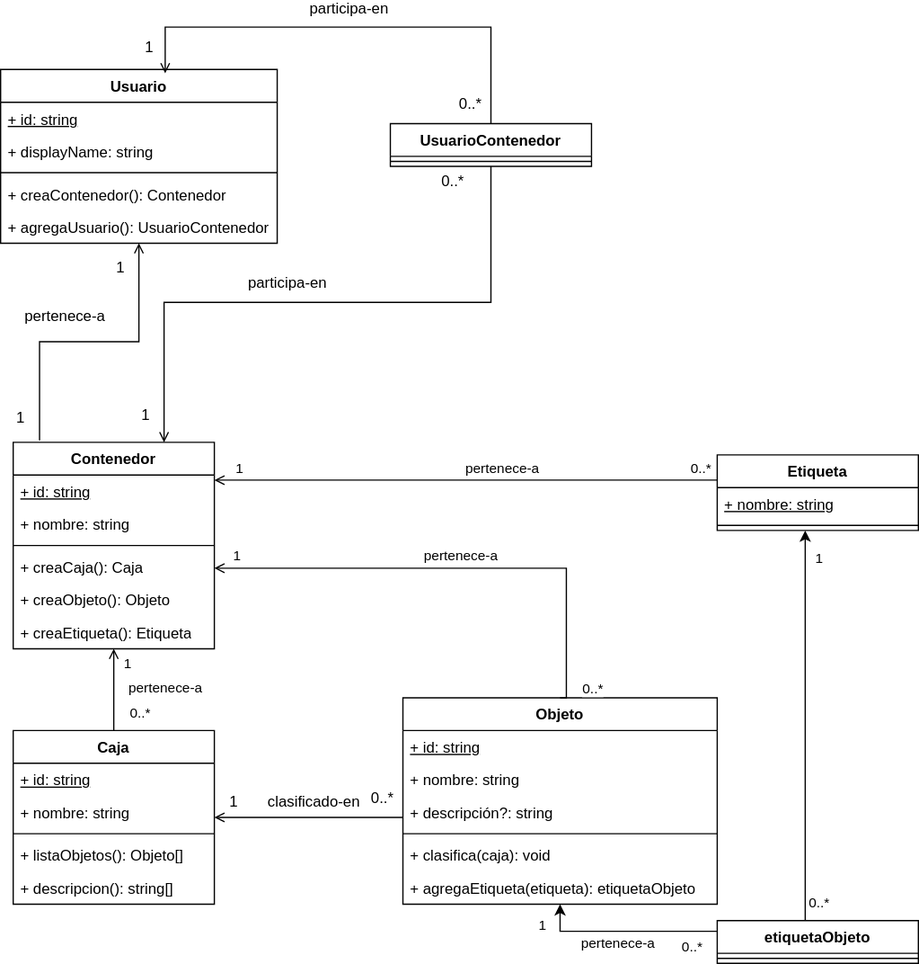
raxware/ion-manifesto keeps this draw.io diagram as doc/manifesto.drawio.svg. Above is the earlier version. Source tidied: cells renumbered, new cells last; positions are measured from the earlier drawing's top-left corner, leaving out a move shared by most shapes.
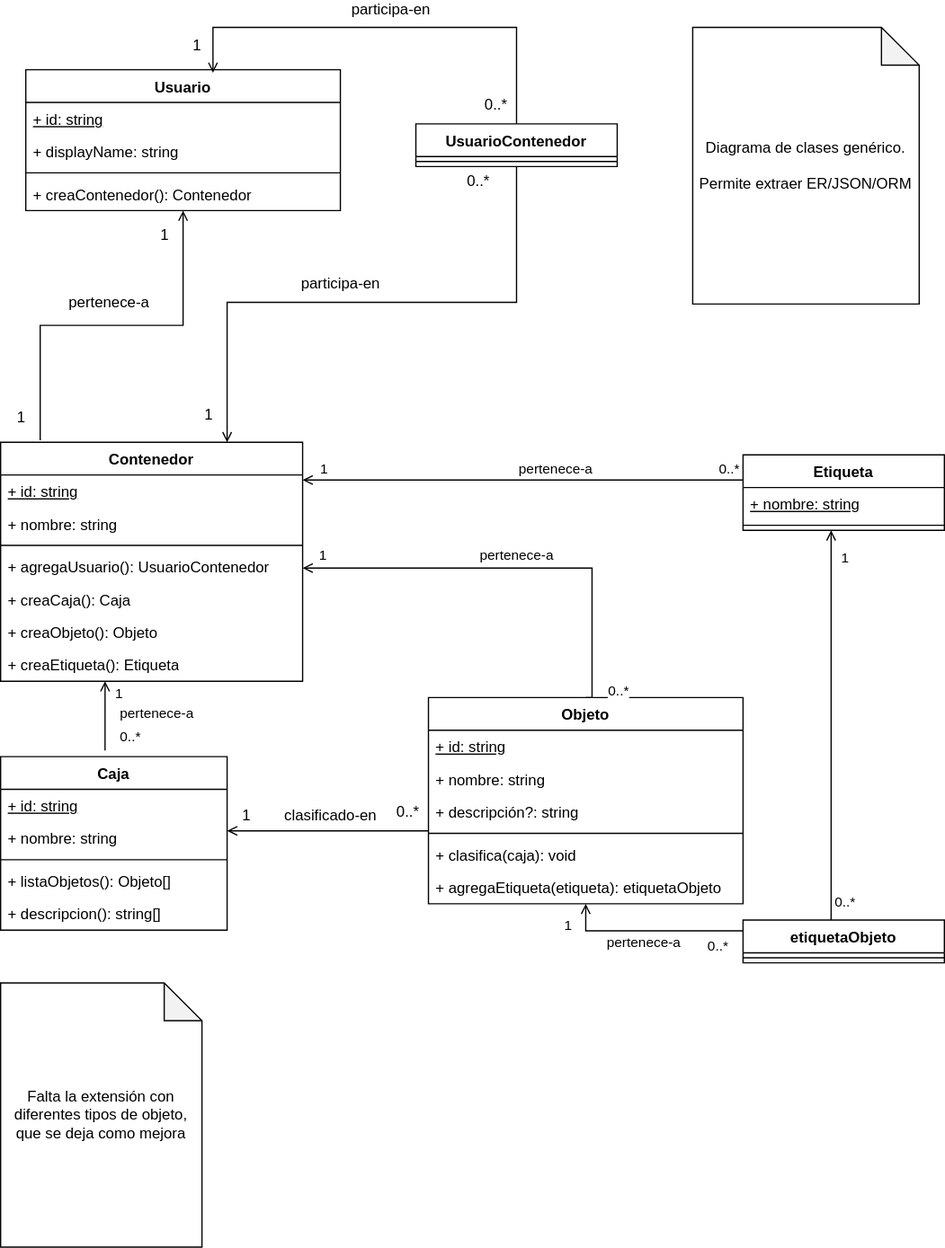
After the commit.

What changed in the source:
```diff
@@ -3,25 +3,28 @@
     <mxCell id="0" />
     <mxCell id="1" parent="0" />
     <mxCell id="2" value="Contenedor" style="swimlane;fontStyle=1;align=center;verticalAlign=top;horizontal=1;startSize=26;whiteSpace=wrap;html=1;" parent="1" vertex="1">
-      <mxGeometry x="10" y="330" width="160" height="164" as="geometry" />
+      <mxGeometry x="-20" y="330" width="240" height="190" as="geometry" />
     </mxCell>
     <mxCell id="3" value="&lt;u&gt;+ id: string&lt;/u&gt;" style="text;strokeColor=none;fillColor=none;align=left;verticalAlign=top;spacingLeft=4;spacingRight=4;overflow=hidden;whiteSpace=wrap;html=1;" parent="2" vertex="1">
-      <mxGeometry y="26" width="160" height="26" as="geometry" />
+      <mxGeometry y="26" width="240" height="26" as="geometry" />
     </mxCell>
     <mxCell id="4" value="+ nombre: string" style="text;strokeColor=none;fillColor=none;align=left;verticalAlign=top;spacingLeft=4;spacingRight=4;overflow=hidden;whiteSpace=wrap;html=1;" parent="2" vertex="1">
-      <mxGeometry y="52" width="160" height="26" as="geometry" />
+      <mxGeometry y="52" width="240" height="26" as="geometry" />
     </mxCell>
     <mxCell id="5" style="line;strokeWidth=1;fillColor=none;align=left;verticalAlign=middle;spacingTop=-1;spacingLeft=3;spacingRight=3;labelPosition=right;strokeColor=inherit;" parent="2" vertex="1">
-      <mxGeometry y="78" width="160" height="8" as="geometry" />
+      <mxGeometry y="78" width="240" height="8" as="geometry" />
     </mxCell>
+    <mxCell id="21" value="+ agregaUsuario(): UsuarioContenedor" style="text;strokeColor=none;fillColor=none;align=left;verticalAlign=top;spacingLeft=4;spacingRight=4;overflow=hidden;whiteSpace=wrap;html=1;" parent="2" vertex="1">
+      <mxGeometry y="86" width="240" height="26" as="geometry" />
+    </mxCell>
     <mxCell id="6" value="+ creaCaja(): Caja" style="text;strokeColor=none;fillColor=none;align=left;verticalAlign=top;spacingLeft=4;spacingRight=4;overflow=hidden;whiteSpace=wrap;html=1;" parent="2" vertex="1">
-      <mxGeometry y="86" width="160" height="26" as="geometry" />
+      <mxGeometry y="112" width="240" height="26" as="geometry" />
     </mxCell>
     <mxCell id="7" value="+ creaObjeto(): Objeto" style="text;strokeColor=none;fillColor=none;align=left;verticalAlign=top;spacingLeft=4;spacingRight=4;overflow=hidden;whiteSpace=wrap;html=1;" parent="2" vertex="1">
-      <mxGeometry y="112" width="160" height="26" as="geometry" />
+      <mxGeometry y="138" width="240" height="26" as="geometry" />
     </mxCell>
     <mxCell id="8" value="+ creaEtiqueta(): Etiqueta" style="text;strokeColor=none;fillColor=none;align=left;verticalAlign=top;spacingLeft=4;spacingRight=4;overflow=hidden;whiteSpace=wrap;html=1;" parent="2" vertex="1">
-      <mxGeometry y="138" width="160" height="26" as="geometry" />
+      <mxGeometry y="164" width="240" height="26" as="geometry" />
     </mxCell>
     <mxCell id="9" value="Objeto" style="swimlane;fontStyle=1;align=center;verticalAlign=top;horizontal=1;startSize=26;whiteSpace=wrap;html=1;" parent="1" vertex="1">
       <mxGeometry x="320" y="533" width="250" height="164" as="geometry" />
@@ -45,23 +48,20 @@
       <mxGeometry y="138" width="250" height="26" as="geometry" />
     </mxCell>
     <mxCell id="16" value="Usuario" style="swimlane;fontStyle=1;align=center;verticalAlign=top;horizontal=1;startSize=26;whiteSpace=wrap;html=1;" parent="1" vertex="1">
-      <mxGeometry y="33.7" width="220" height="138" as="geometry" />
+      <mxGeometry y="33.7" width="250" height="112" as="geometry" />
     </mxCell>
     <mxCell id="17" value="&lt;u&gt;+ id: string&lt;/u&gt;" style="text;strokeColor=none;fillColor=none;align=left;verticalAlign=top;spacingLeft=4;spacingRight=4;overflow=hidden;whiteSpace=wrap;html=1;" parent="16" vertex="1">
-      <mxGeometry y="26" width="220" height="26" as="geometry" />
+      <mxGeometry y="26" width="250" height="26" as="geometry" />
     </mxCell>
     <mxCell id="18" value="+ displayName: string" style="text;strokeColor=none;fillColor=none;align=left;verticalAlign=top;spacingLeft=4;spacingRight=4;overflow=hidden;whiteSpace=wrap;html=1;" parent="16" vertex="1">
-      <mxGeometry y="52" width="220" height="26" as="geometry" />
+      <mxGeometry y="52" width="250" height="26" as="geometry" />
     </mxCell>
     <mxCell id="19" style="line;strokeWidth=1;fillColor=none;align=left;verticalAlign=middle;spacingTop=-1;spacingLeft=3;spacingRight=3;labelPosition=right;strokeColor=inherit;" parent="16" vertex="1">
-      <mxGeometry y="78" width="220" height="8" as="geometry" />
+      <mxGeometry y="78" width="250" height="8" as="geometry" />
     </mxCell>
     <mxCell id="20" value="+ creaContenedor(): Contenedor" style="text;strokeColor=none;fillColor=none;align=left;verticalAlign=top;spacingLeft=4;spacingRight=4;overflow=hidden;whiteSpace=wrap;html=1;" parent="16" vertex="1">
-      <mxGeometry y="86" width="220" height="26" as="geometry" />
+      <mxGeometry y="86" width="250" height="26" as="geometry" />
     </mxCell>
-    <mxCell id="21" value="+ agregaUsuario(): UsuarioContenedor" style="text;strokeColor=none;fillColor=none;align=left;verticalAlign=top;spacingLeft=4;spacingRight=4;overflow=hidden;whiteSpace=wrap;html=1;" parent="16" vertex="1">
-      <mxGeometry y="112" width="220" height="26" as="geometry" />
-    </mxCell>
     <mxCell id="22" style="endArrow=open;shadow=0;strokeWidth=1;rounded=0;endFill=1;edgeStyle=elbowEdgeStyle;elbow=vertical;exitX=0.131;exitY=-0.009;exitDx=0;exitDy=0;exitPerimeter=0;" parent="1" edge="1" source="2" target="16">
       <mxGeometry x="0.5" y="41" relative="1" as="geometry">
         <mxPoint x="-40" y="32" as="offset" />
@@ -135,22 +135,22 @@
       </mxGeometry>
     </mxCell>
     <mxCell id="36" value="Caja" style="swimlane;fontStyle=1;align=center;verticalAlign=top;horizontal=1;startSize=26;whiteSpace=wrap;html=1;" parent="1" vertex="1">
-      <mxGeometry x="10" y="559" width="160" height="138" as="geometry" />
+      <mxGeometry x="-20" y="580" width="180" height="138" as="geometry" />
     </mxCell>
     <mxCell id="37" value="&lt;u&gt;+ id: string&lt;/u&gt;" style="text;strokeColor=none;fillColor=none;align=left;verticalAlign=top;spacingLeft=4;spacingRight=4;overflow=hidden;whiteSpace=wrap;html=1;" parent="36" vertex="1">
-      <mxGeometry y="26" width="160" height="26" as="geometry" />
+      <mxGeometry y="26" width="180" height="26" as="geometry" />
     </mxCell>
     <mxCell id="38" value="+ nombre: string" style="text;strokeColor=none;fillColor=none;align=left;verticalAlign=top;spacingLeft=4;spacingRight=4;overflow=hidden;whiteSpace=wrap;html=1;" parent="36" vertex="1">
-      <mxGeometry y="52" width="160" height="26" as="geometry" />
+      <mxGeometry y="52" width="180" height="26" as="geometry" />
     </mxCell>
     <mxCell id="39" style="line;strokeWidth=1;fillColor=none;align=left;verticalAlign=middle;spacingTop=-1;spacingLeft=3;spacingRight=3;labelPosition=right;strokeColor=inherit;" parent="36" vertex="1">
-      <mxGeometry y="78" width="160" height="8" as="geometry" />
+      <mxGeometry y="78" width="180" height="8" as="geometry" />
     </mxCell>
     <mxCell id="40" value="+ listaObjetos(): Objeto[]" style="text;strokeColor=none;fillColor=none;align=left;verticalAlign=top;spacingLeft=4;spacingRight=4;overflow=hidden;whiteSpace=wrap;html=1;" parent="36" vertex="1">
-      <mxGeometry y="86" width="160" height="26" as="geometry" />
+      <mxGeometry y="86" width="180" height="26" as="geometry" />
     </mxCell>
     <mxCell id="41" value="+ descripcion(): string[]" style="text;strokeColor=none;fillColor=none;align=left;verticalAlign=top;spacingLeft=4;spacingRight=4;overflow=hidden;whiteSpace=wrap;html=1;" parent="36" vertex="1">
-      <mxGeometry y="112" width="160" height="26" as="geometry" />
+      <mxGeometry y="112" width="180" height="26" as="geometry" />
     </mxCell>
     <mxCell id="42" style="endArrow=open;shadow=0;strokeWidth=1;rounded=0;endFill=1;edgeStyle=elbowEdgeStyle;elbow=vertical;" parent="1" edge="1" source="9" target="36">
       <mxGeometry x="0.5" y="41" relative="1" as="geometry">
@@ -194,8 +194,12 @@
         <mxPoint x="-9" y="-11" as="offset" />
       </mxGeometry>
     </mxCell>
-    <mxCell id="50" style="edgeStyle=elbowEdgeStyle;rounded=0;jettySize=auto;html=1;exitX=0.5;exitY=0;exitDx=0;exitDy=0;elbow=vertical;endArrow=open;endFill=0;" parent="1" edge="1" source="36" target="2">
-      <mxGeometry relative="1" as="geometry" />
+    <mxCell id="50" style="edgeStyle=elbowEdgeStyle;rounded=0;jettySize=auto;html=1;exitX=0.461;exitY=-0.036;exitDx=0;exitDy=0;elbow=vertical;endArrow=open;endFill=0;exitPerimeter=0;" parent="1" edge="1" source="36" target="2">
+      <mxGeometry relative="1" as="geometry">
+        <Array as="points">
+          <mxPoint x="63" y="548" />
+        </Array>
+      </mxGeometry>
     </mxCell>
     <mxCell id="51" value="0..*" style="edgeLabel;html=1;align=center;verticalAlign=middle;" parent="50" vertex="1">
       <mxGeometry x="-0.55" y="-4" relative="1" as="geometry">
@@ -244,7 +248,7 @@
         <mxPoint y="-12" as="offset" />
       </mxGeometry>
     </mxCell>
-    <mxCell id="61" style="edgeStyle=orthogonalEdgeStyle;rounded=0;jettySize=auto;html=1;" parent="1" edge="1" source="64" target="54">
+    <mxCell id="61" style="edgeStyle=orthogonalEdgeStyle;rounded=0;jettySize=auto;html=1;endArrow=open;endFill=0;" parent="1" edge="1" source="64" target="54">
       <mxGeometry relative="1" as="geometry">
         <Array as="points">
           <mxPoint x="640" y="510" />
@@ -268,7 +272,7 @@
     <mxCell id="65" style="line;strokeWidth=1;fillColor=none;align=left;verticalAlign=middle;spacingTop=-1;spacingLeft=3;spacingRight=3;labelPosition=right;strokeColor=inherit;" parent="64" vertex="1">
       <mxGeometry y="26" width="160" height="8" as="geometry" />
     </mxCell>
-    <mxCell id="66" style="edgeStyle=orthogonalEdgeStyle;rounded=0;jettySize=auto;html=1;exitX=0;exitY=0.25;exitDx=0;exitDy=0;" parent="1" edge="1" source="64" target="9">
+    <mxCell id="66" style="edgeStyle=orthogonalEdgeStyle;rounded=0;jettySize=auto;html=1;exitX=0;exitY=0.25;exitDx=0;exitDy=0;endArrow=open;endFill=0;" parent="1" edge="1" source="64" target="9">
       <mxGeometry relative="1" as="geometry" />
     </mxCell>
     <mxCell id="67" value="pertenece-a" style="edgeLabel;html=1;align=center;verticalAlign=middle;" parent="66" vertex="1">
@@ -286,5 +290,11 @@
         <mxPoint x="-13" y="1" as="offset" />
       </mxGeometry>
     </mxCell>
+    <mxCell id="70" value="Diagrama de clases genérico.&lt;br&gt;&lt;br&gt;Permite extraer ER/JSON/ORM" style="shape=note;whiteSpace=wrap;html=1;backgroundOutline=1;darkOpacity=0.05;" parent="1" vertex="1">
+      <mxGeometry x="530" width="180" height="220" as="geometry" />
+    </mxCell>
+    <mxCell id="71" value="Falta la extensión con diferentes tipos de objeto, que se deja como mejora" style="shape=note;whiteSpace=wrap;html=1;backgroundOutline=1;darkOpacity=0.05;" parent="1" vertex="1">
+      <mxGeometry x="-20" y="760" width="160" height="210" as="geometry" />
+    </mxCell>
   </root>
 </mxGraphModel>
```
